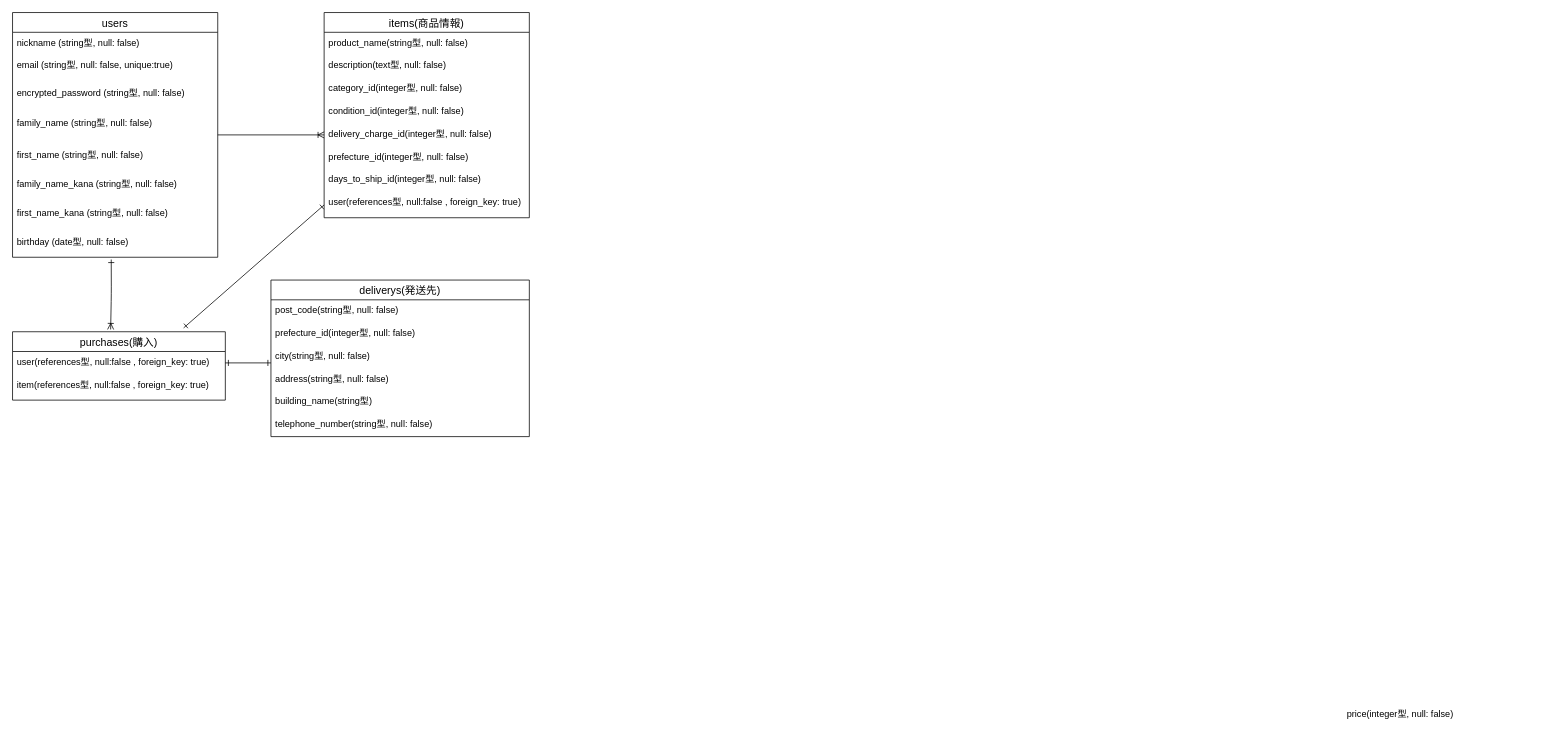
Above: furima.dio in kobayashi64/furima-37467 (draw.io), before the change. Source tidied: cells renumbered, new cells numbered last; positions are measured from the earlier drawing's top-left corner, leaving out a move shared by most shapes. Both pictures are drawn from the tidied source at 76%, with x=0, y=0 at pixel (12, 12).
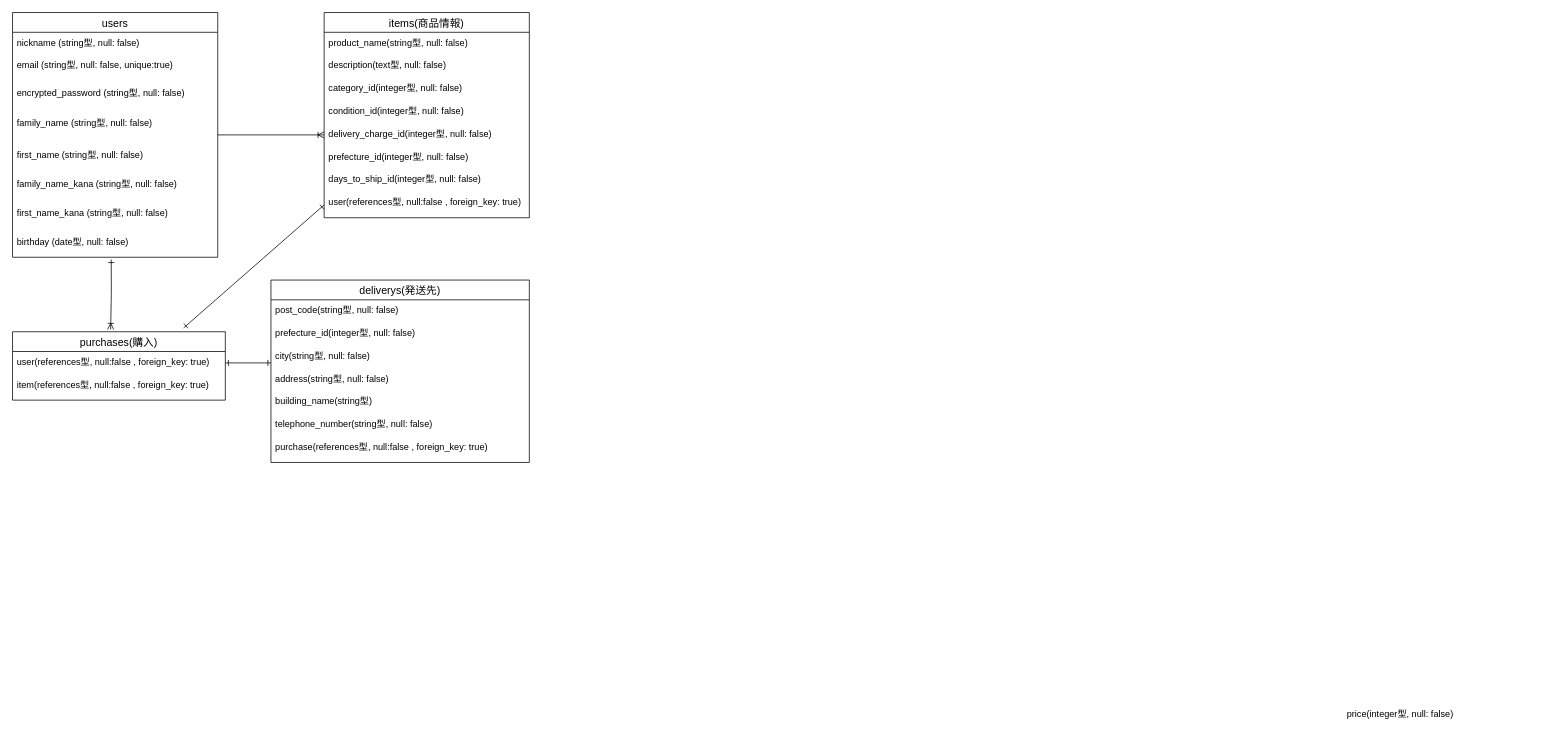
After the change.

What changed in the source:
```diff
@@
     <mxCell id="23" value="deliverys(発送先)" style="swimlane;fontStyle=0;horizontal=1;startSize=26;align=center;fontSize=14;" parent="1" vertex="1">
-      <mxGeometry x="340" y="352" width="340" height="206" as="geometry" />
+      <mxGeometry x="340" y="352" width="340" height="240" as="geometry" />
     </mxCell>
@@
+    <mxCell id="35" value="purchase(references型, null:false , foreign_key: true)" style="text;strokeColor=none;fillColor=none;spacingLeft=4;spacingRight=4;overflow=hidden;fontSize=12;" parent="23" vertex="1">
+      <mxGeometry y="206" width="340" height="34" as="geometry" />
+    </mxCell>
```
